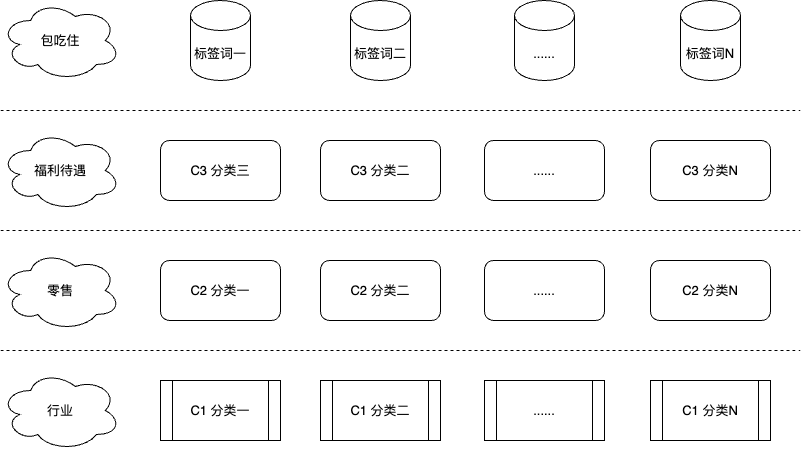
The draw.io diagram work-draw-file/词分类层级示意图.png in liujunao/draw-data, before a commit. Source tidied: cells renumbered, new cells last; positions are measured from the earlier drawing's top-left corner, leaving out a move shared by most shapes.
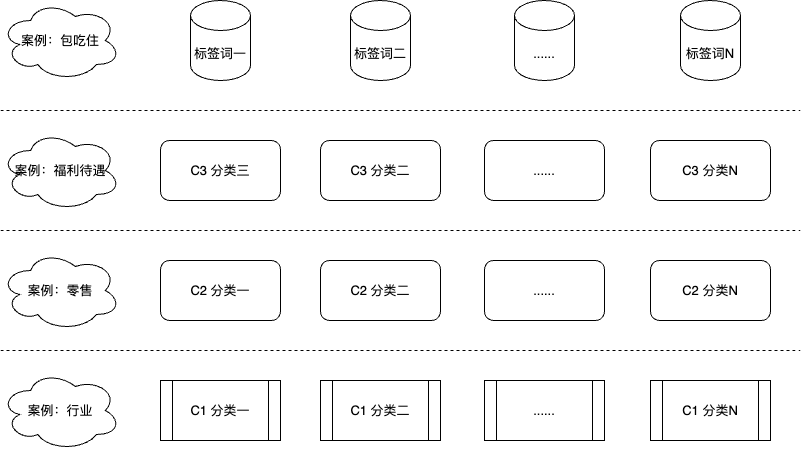
Later version of the same file.

Commit message:
更新词分类层级示意图.png

The edit, as a diff of the source:
```diff
@@ -68,16 +68,16 @@
         <mxPoint x="800" y="350" as="targetPoint" />
       </mxGeometry>
     </mxCell>
-    <mxCell id="21" value="行业" style="ellipse;shape=cloud;whiteSpace=wrap;html=1;" parent="1" vertex="1">
+    <mxCell id="21" value="案例：行业" style="ellipse;shape=cloud;whiteSpace=wrap;html=1;" parent="1" vertex="1">
       <mxGeometry y="370" width="120" height="80" as="geometry" />
     </mxCell>
-    <mxCell id="22" value="零售" style="ellipse;shape=cloud;whiteSpace=wrap;html=1;" parent="1" vertex="1">
+    <mxCell id="22" value="案例：零售" style="ellipse;shape=cloud;whiteSpace=wrap;html=1;" parent="1" vertex="1">
       <mxGeometry y="250" width="120" height="80" as="geometry" />
     </mxCell>
-    <mxCell id="23" value="福利待遇" style="ellipse;shape=cloud;whiteSpace=wrap;html=1;" parent="1" vertex="1">
+    <mxCell id="23" value="案例：福利待遇" style="ellipse;shape=cloud;whiteSpace=wrap;html=1;" parent="1" vertex="1">
       <mxGeometry y="130" width="120" height="80" as="geometry" />
     </mxCell>
-    <mxCell id="24" value="包吃住" style="ellipse;shape=cloud;whiteSpace=wrap;html=1;" parent="1" vertex="1">
+    <mxCell id="24" value="案例：包吃住" style="ellipse;shape=cloud;whiteSpace=wrap;html=1;" parent="1" vertex="1">
       <mxGeometry width="120" height="80" as="geometry" />
     </mxCell>
   </root>
```
